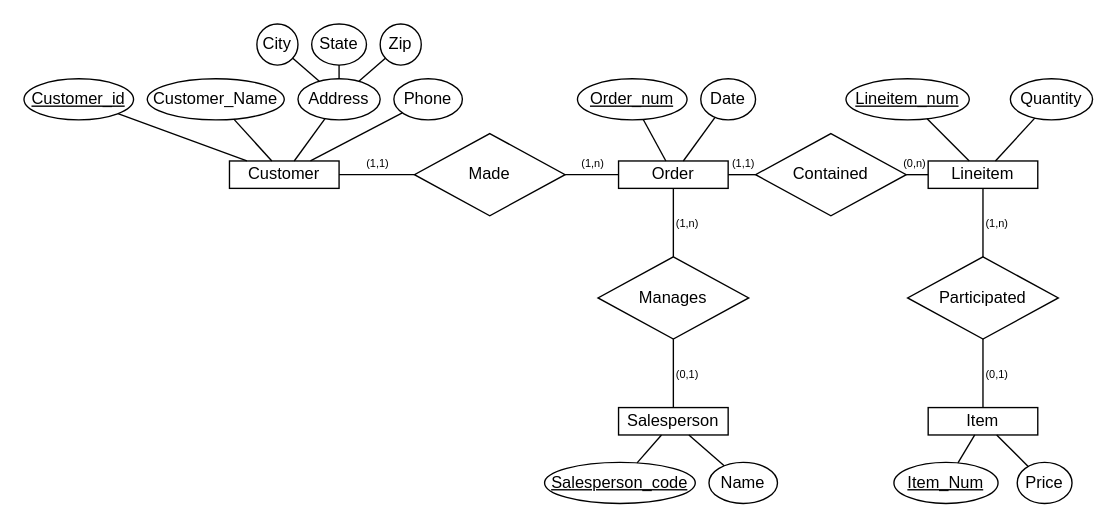
The draw.io diagram lineitem2.drawio in snvnn/taba6-21, before the edit. Source tidied: cells renumbered, new cells numbered last; positions are measured from the earlier drawing's top-left corner, leaving out a move shared by most shapes. Both pictures are drawn from the tidied source at 137%, with x=0, y=0 at pixel (23, 23).
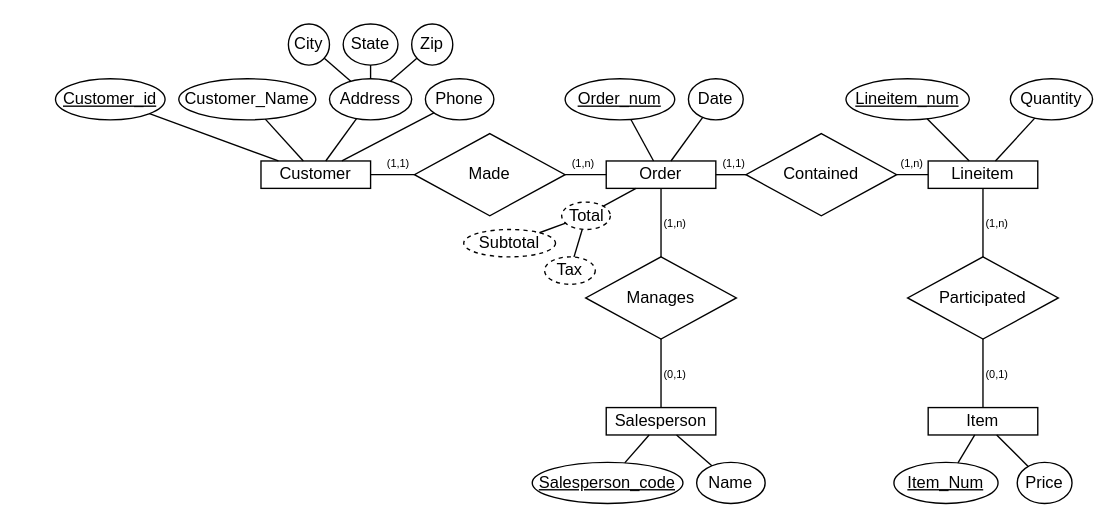
After the change.

Change to the diagram source:
```diff
@@
     <mxCell id="2" value="Customer" style="rounded=0;whiteSpace=wrap;html=1;" parent="1" vertex="1">
-      <mxGeometry x="150" y="100" width="80" height="20" as="geometry" />
+      <mxGeometry x="173" y="100" width="80" height="20" as="geometry" />
     </mxCell>
     <mxCell id="3" value="Order" style="rounded=0;whiteSpace=wrap;html=1;" parent="1" vertex="1">
-      <mxGeometry x="434" y="100" width="80" height="20" as="geometry" />
+      <mxGeometry x="425" y="100" width="80" height="20" as="geometry" />
     </mxCell>
@@
     <mxCell id="6" value="Salesperson" style="rounded=0;whiteSpace=wrap;html=1;" parent="1" vertex="1">
-      <mxGeometry x="434" y="280" width="80" height="20" as="geometry" />
+      <mxGeometry x="425" y="280" width="80" height="20" as="geometry" />
     </mxCell>
@@
     <mxCell id="8" value="&lt;u&gt;Customer_id&lt;/u&gt;" style="ellipse;whiteSpace=wrap;html=1;" parent="1" vertex="1">
-      <mxGeometry y="40" width="80" height="30" as="geometry" />
+      <mxGeometry x="23" y="40" width="80" height="30" as="geometry" />
     </mxCell>
     <mxCell id="9" value="Customer_Name" style="ellipse;whiteSpace=wrap;html=1;" parent="1" vertex="1">
-      <mxGeometry x="90" y="40" width="100" height="30" as="geometry" />
+      <mxGeometry x="113" y="40" width="100" height="30" as="geometry" />
     </mxCell>
     <mxCell id="10" value="State" style="ellipse;whiteSpace=wrap;html=1;" parent="1" vertex="1">
-      <mxGeometry x="210" width="40" height="30" as="geometry" />
+      <mxGeometry x="233" width="40" height="30" as="geometry" />
     </mxCell>
     <mxCell id="11" value="City" style="ellipse;whiteSpace=wrap;html=1;" parent="1" vertex="1">
-      <mxGeometry x="170" width="30" height="30" as="geometry" />
+      <mxGeometry x="193" width="30" height="30" as="geometry" />
     </mxCell>
     <mxCell id="12" value="Zip" style="ellipse;whiteSpace=wrap;html=1;strokeColor=default;align=center;verticalAlign=middle;fontFamily=Helvetica;fontSize=12;fontColor=default;fillColor=default;" parent="1" vertex="1">
-      <mxGeometry x="260" width="30" height="30" as="geometry" />
+      <mxGeometry x="283" width="30" height="30" as="geometry" />
     </mxCell>
     <mxCell id="13" value="Address" style="ellipse;whiteSpace=wrap;html=1;strokeColor=default;align=center;verticalAlign=middle;fontFamily=Helvetica;fontSize=12;fontColor=default;fillColor=default;" parent="1" vertex="1">
-      <mxGeometry x="200" y="40" width="60" height="30" as="geometry" />
+      <mxGeometry x="223" y="40" width="60" height="30" as="geometry" />
     </mxCell>
@@
     <mxCell id="20" value="Phone" style="ellipse;whiteSpace=wrap;html=1;strokeColor=default;align=center;verticalAlign=middle;fontFamily=Helvetica;fontSize=12;fontColor=default;fillColor=default;" parent="1" vertex="1">
-      <mxGeometry x="270" y="40" width="50" height="30" as="geometry" />
+      <mxGeometry x="293" y="40" width="50" height="30" as="geometry" />
     </mxCell>
@@
     <mxCell id="22" value="&lt;u&gt;Order_num&lt;/u&gt;" style="ellipse;whiteSpace=wrap;html=1;" parent="1" vertex="1">
-      <mxGeometry x="404" y="40" width="80" height="30" as="geometry" />
+      <mxGeometry x="395" y="40" width="80" height="30" as="geometry" />
     </mxCell>
     <mxCell id="23" value="Date" style="ellipse;whiteSpace=wrap;html=1;strokeColor=default;align=center;verticalAlign=middle;fontFamily=Helvetica;fontSize=12;fontColor=default;fillColor=default;" parent="1" vertex="1">
-      <mxGeometry x="494" y="40" width="40" height="30" as="geometry" />
+      <mxGeometry x="485" y="40" width="40" height="30" as="geometry" />
     </mxCell>
@@
     <mxCell id="30" value="&lt;u&gt;Salesperson_code&lt;/u&gt;" style="ellipse;whiteSpace=wrap;html=1;" parent="1" vertex="1">
-      <mxGeometry x="380" y="320" width="110" height="30" as="geometry" />
+      <mxGeometry x="371" y="320" width="110" height="30" as="geometry" />
     </mxCell>
     <mxCell id="31" value="Name" style="ellipse;whiteSpace=wrap;html=1;strokeColor=default;align=center;verticalAlign=middle;fontFamily=Helvetica;fontSize=12;fontColor=default;fillColor=default;" parent="1" vertex="1">
-      <mxGeometry x="500" y="320" width="50" height="30" as="geometry" />
+      <mxGeometry x="491" y="320" width="50" height="30" as="geometry" />
     </mxCell>
@@
     <mxCell id="41" value="Manages" style="shape=rhombus;perimeter=rhombusPerimeter;whiteSpace=wrap;html=1;align=center;" parent="1" vertex="1">
-      <mxGeometry x="419" y="170" width="110" height="60" as="geometry" />
+      <mxGeometry x="410" y="170" width="110" height="60" as="geometry" />
     </mxCell>
@@
     <mxCell id="45" value="Contained" style="shape=rhombus;perimeter=rhombusPerimeter;whiteSpace=wrap;html=1;align=center;" parent="1" vertex="1">
-      <mxGeometry x="534" y="80" width="110" height="60" as="geometry" />
+      <mxGeometry x="527" y="80" width="110" height="60" as="geometry" />
     </mxCell>
@@
     <mxCell id="50" value="&lt;font style=&quot;font-size: 8px;&quot;&gt;(1,1)&lt;/font&gt;" style="text;html=1;align=center;verticalAlign=middle;strokeColor=none;fillColor=none;" parent="1" vertex="1">
-      <mxGeometry x="238" y="86" width="40" height="30" as="geometry" />
+      <mxGeometry x="253" y="86" width="40" height="30" as="geometry" />
     </mxCell>
     <mxCell id="51" value="&lt;font style=&quot;font-size: 8px;&quot;&gt;(1,n)&lt;/font&gt;" style="text;html=1;align=center;verticalAlign=middle;strokeColor=none;fillColor=none;" parent="1" vertex="1">
-      <mxGeometry x="395" y="86" width="40" height="30" as="geometry" />
+      <mxGeometry x="388" y="86" width="40" height="30" as="geometry" />
     </mxCell>
     <mxCell id="52" value="&lt;font style=&quot;font-size: 8px;&quot;&gt;(1,n)&lt;/font&gt;" style="text;html=1;align=center;verticalAlign=middle;strokeColor=none;fillColor=none;" parent="1" vertex="1">
-      <mxGeometry x="464" y="130" width="40" height="30" as="geometry" />
+      <mxGeometry x="455" y="130" width="40" height="30" as="geometry" />
     </mxCell>
     <mxCell id="53" value="&lt;font style=&quot;font-size: 8px;&quot;&gt;(0,1)&lt;/font&gt;" style="text;html=1;align=center;verticalAlign=middle;strokeColor=none;fillColor=none;" parent="1" vertex="1">
-      <mxGeometry x="464" y="240" width="40" height="30" as="geometry" />
+      <mxGeometry x="455" y="240" width="40" height="30" as="geometry" />
     </mxCell>
     <mxCell id="54" value="&lt;font style=&quot;font-size: 8px;&quot;&gt;(1,1)&lt;/font&gt;" style="text;html=1;align=center;verticalAlign=middle;strokeColor=none;fillColor=none;" parent="1" vertex="1">
-      <mxGeometry x="505" y="86" width="40" height="30" as="geometry" />
+      <mxGeometry x="498" y="86" width="40" height="30" as="geometry" />
     </mxCell>
-    <mxCell id="55" value="&lt;font style=&quot;font-size: 8px;&quot;&gt;(0,n)&lt;/font&gt;" style="text;html=1;align=center;verticalAlign=middle;strokeColor=none;fillColor=none;" parent="1" vertex="1">
-      <mxGeometry x="630" y="86" width="40" height="30" as="geometry" />
+    <mxCell id="55" value="&lt;font style=&quot;font-size: 8px;&quot;&gt;(1,n)&lt;/font&gt;" style="text;html=1;align=center;verticalAlign=middle;strokeColor=none;fillColor=none;" parent="1" vertex="1">
+      <mxGeometry x="628" y="86" width="40" height="30" as="geometry" />
     </mxCell>
@@
+    <mxCell id="58" value="Subtotal" style="ellipse;whiteSpace=wrap;html=1;align=center;dashed=1;" parent="1" vertex="1">
+      <mxGeometry x="321" y="150" width="67" height="20" as="geometry" />
+    </mxCell>
+    <mxCell id="59" value="Tax" style="ellipse;whiteSpace=wrap;html=1;align=center;dashed=1;" parent="1" vertex="1">
+      <mxGeometry x="380" y="170" width="37" height="20" as="geometry" />
+    </mxCell>
+    <mxCell id="60" value="Total" style="ellipse;whiteSpace=wrap;html=1;align=center;dashed=1;" parent="1" vertex="1">
+      <mxGeometry x="392.5" y="130" width="35.5" height="20" as="geometry" />
+    </mxCell>
+    <mxCell id="61" style="endArrow=none;html=1;rounded=0;" parent="1" edge="1" source="60" target="3">
+      <mxGeometry relative="1" as="geometry" />
+    </mxCell>
+    <mxCell id="62" style="endArrow=none;html=1;rounded=0;" parent="1" edge="1" source="59" target="60">
+      <mxGeometry relative="1" as="geometry" />
+    </mxCell>
+    <mxCell id="63" style="endArrow=none;html=1;rounded=0;" parent="1" edge="1" source="58" target="60">
+      <mxGeometry relative="1" as="geometry" />
+    </mxCell>
```
